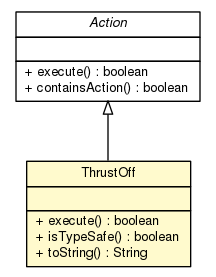
Before: doc/model/programs/parsing/language/statement/action/ThrustOff.png, a diagram exported from Graphviz (sinopeus/asteroids). Its source is kept beside it as doc/model/programs/parsing/language/statement/action/ThrustOff.dot. The source it was exported from:
```dot

digraph G {
	edge [fontname="Helvetica",fontsize=10,labelfontname="Helvetica",labelfontsize=10];
	node [fontname="Helvetica",fontsize=10,shape=plaintext];
	nodesep=0.25;
	ranksep=0.5;
	c16389 [label=<<table title="model.programs.parsing.language.statement.action.Action" border="0" cellborder="1" cellspacing="0" cellpadding="2" port="p" href="./Action.html">
		<tr><td><table border="0" cellspacing="0" cellpadding="1">
<tr><td align="center" balign="center"><font face="Helvetica-Oblique"> Action </font></td></tr>
		</table></td></tr>
		<tr><td><table border="0" cellspacing="0" cellpadding="1">
<tr><td align="left" balign="left">  </td></tr>
		</table></td></tr>
		<tr><td><table border="0" cellspacing="0" cellpadding="1">
<tr><td align="left" balign="left"> + execute() : boolean </td></tr>
<tr><td align="left" balign="left"> + containsAction() : boolean </td></tr>
		</table></td></tr>
		</table>>, URL="./Action.html", fontname="Helvetica", fontcolor="black", fontsize=10.0];
	c16393 [label=<<table title="model.programs.parsing.language.statement.action.ThrustOff" border="0" cellborder="1" cellspacing="0" cellpadding="2" port="p" bgcolor="lemonChiffon" href="./ThrustOff.html">
		<tr><td><table border="0" cellspacing="0" cellpadding="1">
<tr><td align="center" balign="center"> ThrustOff </td></tr>
		</table></td></tr>
		<tr><td><table border="0" cellspacing="0" cellpadding="1">
<tr><td align="left" balign="left">  </td></tr>
		</table></td></tr>
		<tr><td><table border="0" cellspacing="0" cellpadding="1">
<tr><td align="left" balign="left"> + execute() : boolean </td></tr>
<tr><td align="left" balign="left"> + isTypeSafe() : boolean </td></tr>
<tr><td align="left" balign="left"> + toString() : String </td></tr>
		</table></td></tr>
		</table>>, URL="./ThrustOff.html", fontname="Helvetica", fontcolor="black", fontsize=10.0];
	c16389:p -> c16393:p [dir=back,arrowtail=empty];
}
```
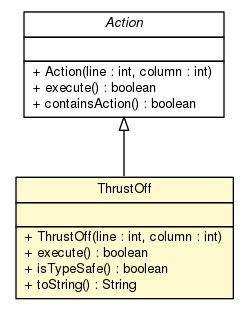
The same diagram one commit later.

Change to the diagram source:
```diff
@@ -4,7 +4,7 @@
 	node [fontname="Helvetica",fontsize=10,shape=plaintext];
 	nodesep=0.25;
 	ranksep=0.5;
-	c16389 [label=<<table title="model.programs.parsing.language.statement.action.Action" border="0" cellborder="1" cellspacing="0" cellpadding="2" port="p" href="./Action.html">
+	c16443 [label=<<table title="model.programs.parsing.language.statement.action.Action" border="0" cellborder="1" cellspacing="0" cellpadding="2" port="p" href="./Action.html">
 		<tr><td><table border="0" cellspacing="0" cellpadding="1">
 <tr><td align="center" balign="center"><font face="Helvetica-Oblique"> Action </font></td></tr>
 		</table></td></tr>
@@ -12,11 +12,12 @@
 <tr><td align="left" balign="left">  </td></tr>
 		</table></td></tr>
 		<tr><td><table border="0" cellspacing="0" cellpadding="1">
+<tr><td align="left" balign="left"> + Action(line : int, column : int) </td></tr>
 <tr><td align="left" balign="left"> + execute() : boolean </td></tr>
 <tr><td align="left" balign="left"> + containsAction() : boolean </td></tr>
 		</table></td></tr>
 		</table>>, URL="./Action.html", fontname="Helvetica", fontcolor="black", fontsize=10.0];
-	c16393 [label=<<table title="model.programs.parsing.language.statement.action.ThrustOff" border="0" cellborder="1" cellspacing="0" cellpadding="2" port="p" bgcolor="lemonChiffon" href="./ThrustOff.html">
+	c16447 [label=<<table title="model.programs.parsing.language.statement.action.ThrustOff" border="0" cellborder="1" cellspacing="0" cellpadding="2" port="p" bgcolor="lemonChiffon" href="./ThrustOff.html">
 		<tr><td><table border="0" cellspacing="0" cellpadding="1">
 <tr><td align="center" balign="center"> ThrustOff </td></tr>
 		</table></td></tr>
@@ -24,10 +25,11 @@
 <tr><td align="left" balign="left">  </td></tr>
 		</table></td></tr>
 		<tr><td><table border="0" cellspacing="0" cellpadding="1">
+<tr><td align="left" balign="left"> + ThrustOff(line : int, column : int) </td></tr>
 <tr><td align="left" balign="left"> + execute() : boolean </td></tr>
 <tr><td align="left" balign="left"> + isTypeSafe() : boolean </td></tr>
 <tr><td align="left" balign="left"> + toString() : String </td></tr>
 		</table></td></tr>
 		</table>>, URL="./ThrustOff.html", fontname="Helvetica", fontcolor="black", fontsize=10.0];
-	c16389:p -> c16393:p [dir=back,arrowtail=empty];
+	c16443:p -> c16447:p [dir=back,arrowtail=empty];
 }
```
